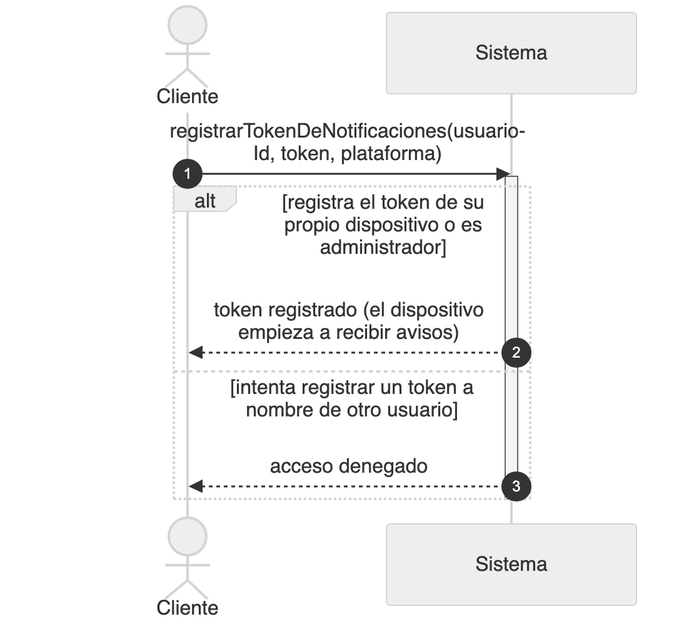
The Mermaid diagram diagramas/png/DSS_CU-098_Registrar-El-Token-De-Notificaciones-Del-Dispositivo.png in Nahuelito-Dev/splg-docs, before a commit. Its source is kept beside it as diagramas/DSS_CU-098_Registrar-El-Token-De-Notificaciones-Del-Dispositivo.mmd. Its diagram source:
```mermaid
sequenceDiagram
    title DSS — CU-098 Registrar El Token De Notificaciones Del Dispositivo
    autonumber
    actor CLI as Cliente
    participant SIS as Sistema

    CLI->>SIS: registrarTokenDeNotificaciones(usuarioId, token, plataforma)
    activate SIS
    alt registra el token de su propio dispositivo o es administrador
        SIS-->>CLI: token registrado (el dispositivo empieza a recibir avisos)
    else intenta registrar un token a nombre de otro usuario
        SIS-->>CLI: acceso denegado
    end
    deactivate SIS
```
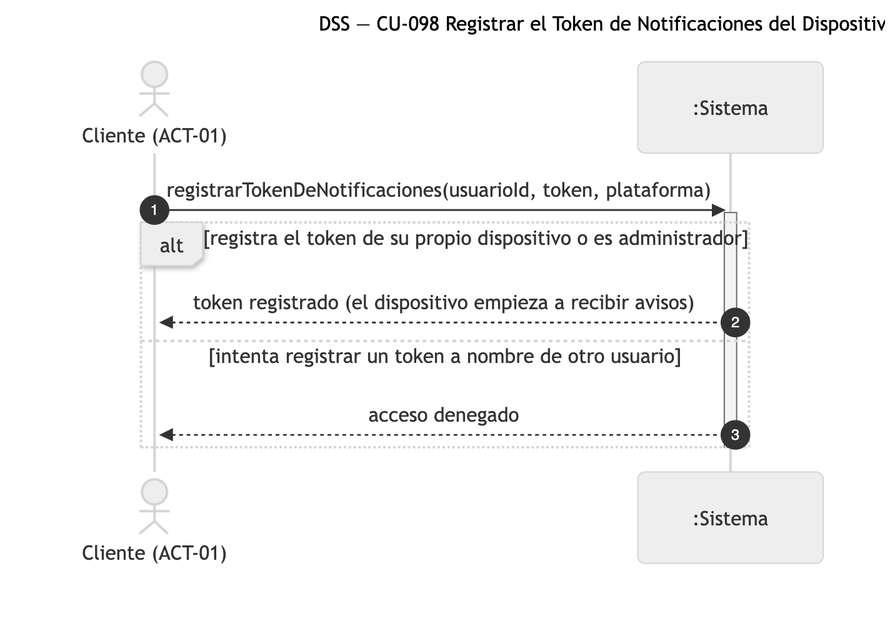
The same diagram one commit later.

The edit, as a diff of the source:
```diff
@@ -1,8 +1,8 @@
 sequenceDiagram
-    title DSS — CU-098 Registrar El Token De Notificaciones Del Dispositivo
+    title DSS — CU-098 Registrar el Token de Notificaciones del Dispositivo
     autonumber
-    actor CLI as Cliente
-    participant SIS as Sistema
+    actor CLI as Cliente (ACT-01)
+    participant SIS as :Sistema
 
     CLI->>SIS: registrarTokenDeNotificaciones(usuarioId, token, plataforma)
     activate SIS
```
